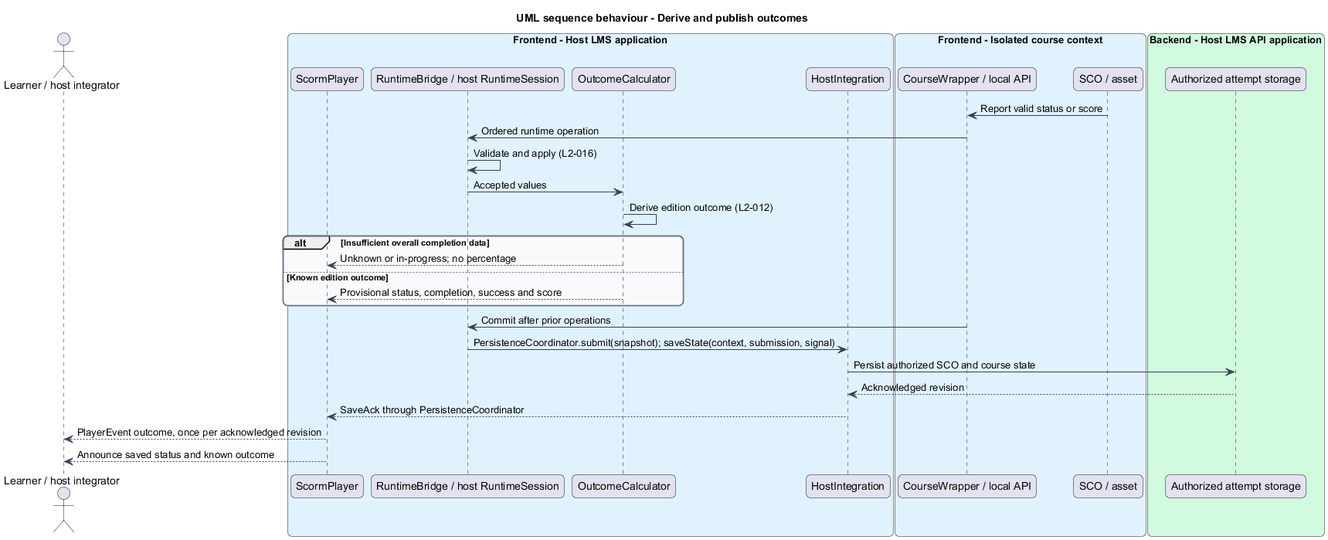
Above: docs/detailed-designs/scorm-player/resume-and-report-attempt/diagrams/sequence-outcomes.png in QuinntyneBrown/Tessera (PlantUML), before the change. Its diagram source:
```plantuml
@startuml
title UML sequence behaviour - Derive and publish outcomes
skinparam backgroundColor #FFFFFF
skinparam shadowing false
skinparam roundcorner 12
skinparam defaultFontName Arial
skinparam ArrowColor #344054
skinparam rectangle {
  BorderColor #344054
  FontColor #101828
}
skinparam package {
  BorderColor #667085
  FontColor #101828
  BackgroundColor #F9FAFB
}
actor "Learner / host integrator" as actor
box "Frontend - Host LMS application" #E0F2FE
  participant "ScormPlayer" as shell
  participant "RuntimeBridge / host RuntimeSession" as bridge
  participant "OutcomeCalculator" as core
  participant "HostIntegration" as host
end box
box "Frontend - Isolated course context" #E0F2FE
  participant "CourseWrapper / local API" as wrapper
  participant "SCO / asset" as sco
end box
box "Backend - Host LMS API application" #D1FADF
  participant "Authorized attempt storage" as api
end box

sco -> wrapper : Report valid status or score
wrapper -> bridge : Ordered runtime operation
bridge -> bridge : Validate and apply (L2-016)
bridge -> core : Accepted values
core -> core : Derive edition outcome (L2-012)
alt Insufficient overall completion data
  core --> shell : Unknown or in-progress; no percentage
else Known edition outcome
  core --> shell : Provisional status, completion, success and score
end
wrapper -> bridge : Commit after prior operations
bridge -> host : PersistenceCoordinator.submit(snapshot); saveState(context, submission, signal)
host -> api : Persist authorized SCO and course state
api --> host : Acknowledged revision
host --> shell : SaveAck through PersistenceCoordinator
shell --> actor : PlayerEvent outcome, once per acknowledged revision
shell --> actor : Announce saved status and known outcome
@enduml
```
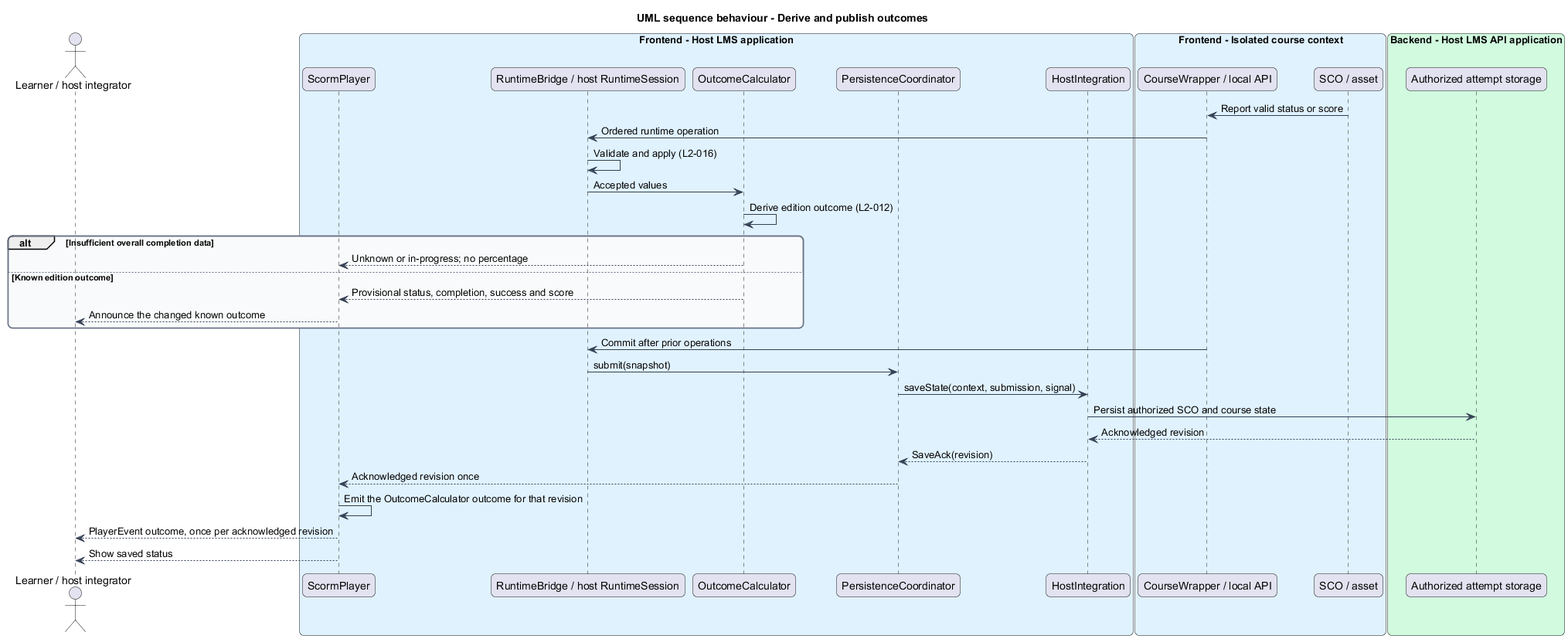
After the change.

The edit, as a diff of the source:
```diff
@@ -19,6 +19,7 @@
   participant "ScormPlayer" as shell
   participant "RuntimeBridge / host RuntimeSession" as bridge
   participant "OutcomeCalculator" as core
+  participant "PersistenceCoordinator" as persist
   participant "HostIntegration" as host
 end box
 box "Frontend - Isolated course context" #E0F2FE
@@ -38,12 +39,16 @@
   core --> shell : Unknown or in-progress; no percentage
 else Known edition outcome
   core --> shell : Provisional status, completion, success and score
+  shell --> actor : Announce the changed known outcome
 end
 wrapper -> bridge : Commit after prior operations
-bridge -> host : PersistenceCoordinator.submit(snapshot); saveState(context, submission, signal)
+bridge -> persist : submit(snapshot)
+persist -> host : saveState(context, submission, signal)
 host -> api : Persist authorized SCO and course state
 api --> host : Acknowledged revision
-host --> shell : SaveAck through PersistenceCoordinator
+host --> persist : SaveAck(revision)
+persist --> shell : Acknowledged revision once
+shell -> shell : Emit the OutcomeCalculator outcome for that revision
 shell --> actor : PlayerEvent outcome, once per acknowledged revision
-shell --> actor : Announce saved status and known outcome
+shell --> actor : Show saved status
 @enduml
```
